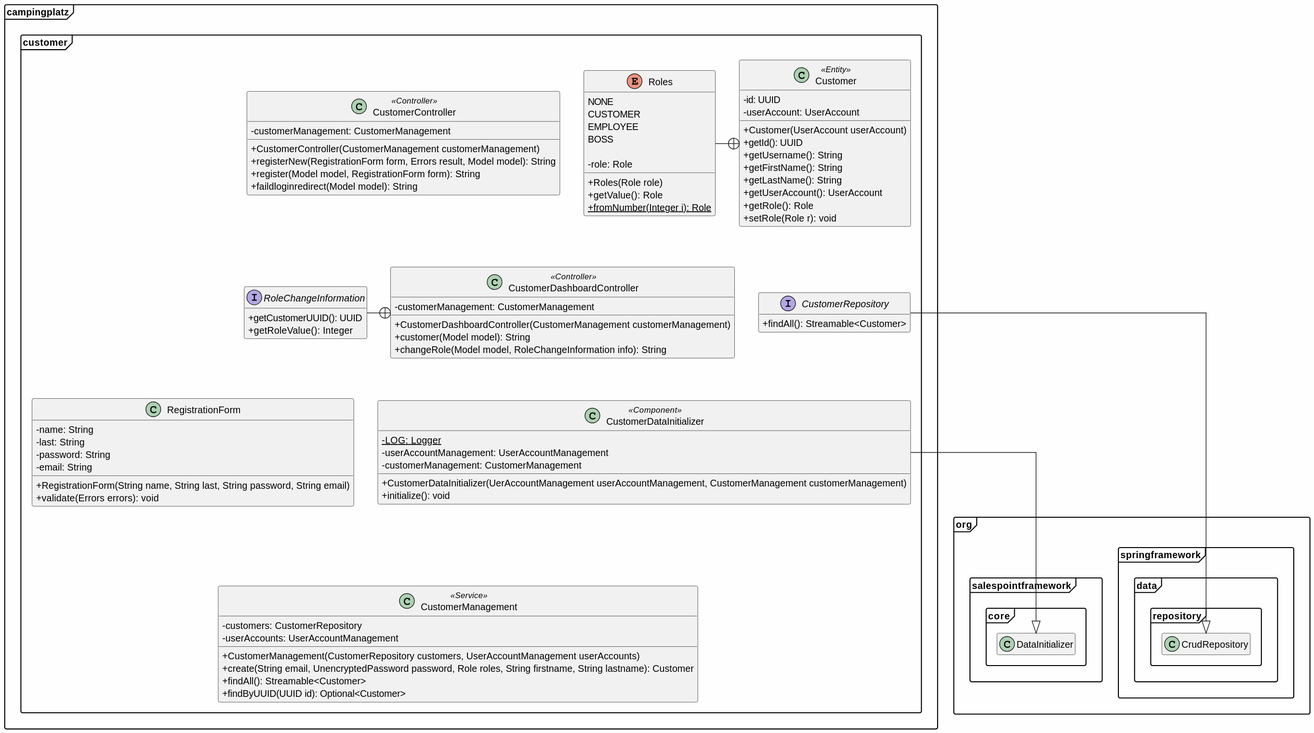
ShadowPaint-SP/Softwaretechnologieprojekt keeps this PlantUML diagram as src/main/asciidoc/models/design/EKD_Customer.svg. Above is the earlier version. Source of this version:
```plantuml
@startuml
hide empty fields
hide empty methods
skinparam classAttributeIconSize 0
skinparam linetype ortho
skinparam BackgroundColor #FEFEFE
allowmixing
skinparam packageStyle Frame

package campingplatz{
    package customer{
        class Customer<<Entity>>{
            - id: UUID
            - userAccount: UserAccount
            + Customer(UserAccount userAccount)
            +getId(): UUID
            +getUsername(): String
            +getFirstName(): String
            +getLastName(): String
            +getUserAccount(): UserAccount
            +getRole(): Role
            +setRole(Role r): void

        }
        enum Roles{
        NONE
        CUSTOMER
        EMPLOYEE
        BOSS

        -role: Role
        +Roles(Role role)
        +getValue(): Role
        +{static} fromNumber(Integer i): Role
        }
        class CustomerController<<Controller>>{
        -customerManagement: CustomerManagement
        +CustomerController(CustomerManagement customerManagement)
        +registerNew(RegistrationForm form, Errors result, Model model): String
        +register(Model model, RegistrationForm form): String
        +faildloginredirect(Model model): String
        }
        class CustomerDashboardController<<Controller>>{
        -customerManagement: CustomerManagement
        +CustomerDashboardController(CustomerManagement customerManagement)
        +customer(Model model): String
        +changeRole(Model model, RoleChangeInformation info): String
        }
        interface RoleChangeInformation{
        +getCustomerUUID(): UUID
        +getRoleValue(): Integer
        }
        class CustomerDataInitializer<<Component>>{
        -{static}LOG: Logger
        -userAccountManagement: UserAccountManagement
        -customerManagement: CustomerManagement
        +CustomerDataInitializer(UerAccountManagement userAccountManagement, CustomerManagement customerManagement)
        +initialize(): void
        }
        class CustomerManagement<<Service>>{
        -customers: CustomerRepository
        -userAccounts: UserAccountManagement
        +CustomerManagement(CustomerRepository customers, UserAccountManagement userAccounts)
        +create(String email, UnencryptedPassword password, Role roles, String firstname, String lastname): Customer
        +findAll(): Streamable<Customer>
        +findByUUID(UUID id): Optional<Customer>
        }
        interface CustomerRepository{
        +findAll(): Streamable<Customer>
        }
        class RegistrationForm{
        -name: String
        -last: String
        -password: String
        -email: String
        +RegistrationForm(String name, String last, String password, String email)
        +validate(Errors errors): void
        }
    }
}
CustomerController -[hidden]d- CustomerDashboardController
RoleChangeInformation -r-+ CustomerDashboardController
Roles -r-+ Customer
CustomerDataInitializer -[hidden]u- CustomerDashboardController
CustomerManagement -[hidden]u- CustomerDataInitializer
CustomerDataInitializer --|> org.salespointframework.core.DataInitializer
CustomerDashboardController -[hidden]r- CustomerRepository
CustomerRepository --|> org.springframework.data.repository.CrudRepository
RegistrationForm -[hidden]d- CustomerManagement
@enduml
```
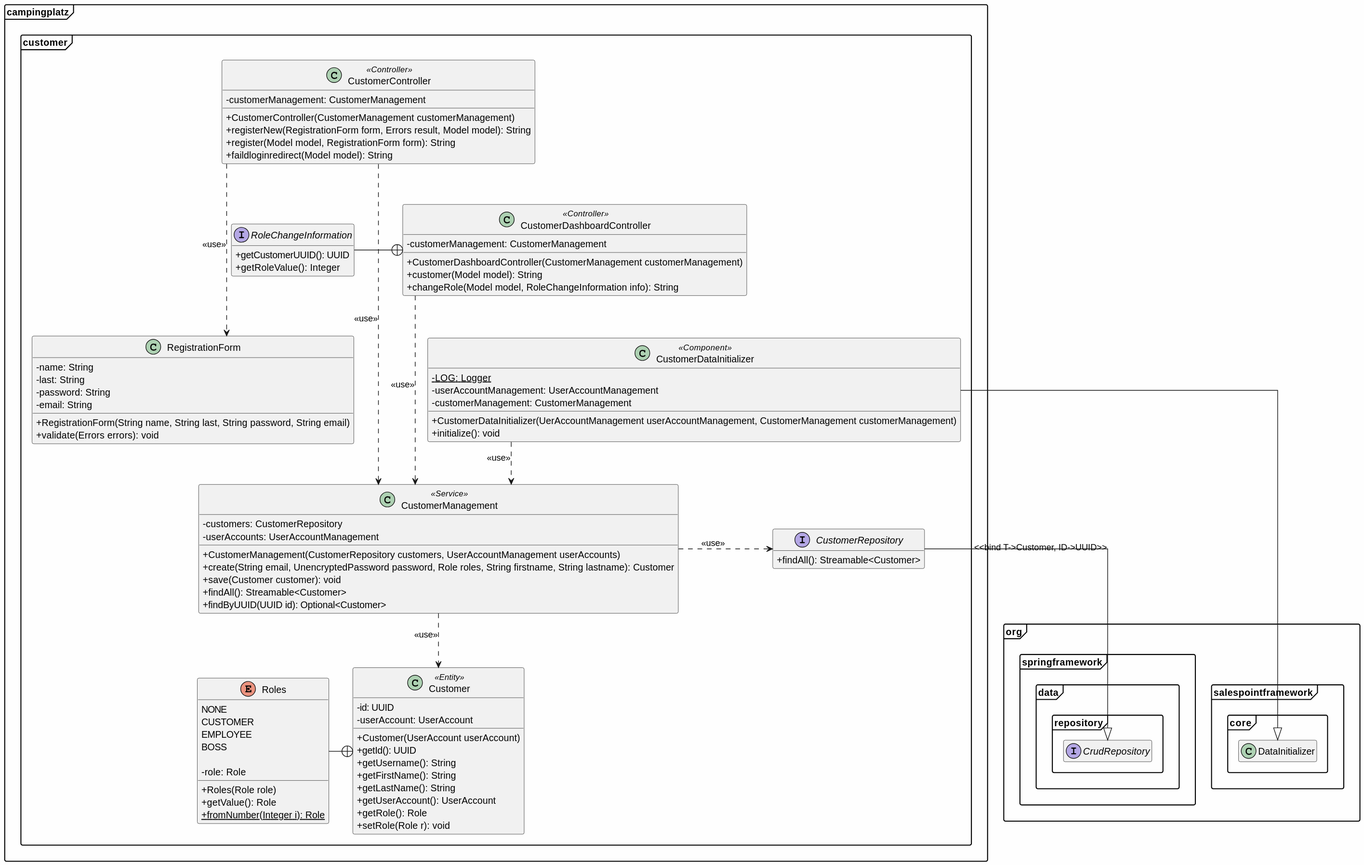
The same file after the commit.

Commit message:
dev_doku revamp customer

The edit, as a diff of the source:
```diff
@@ -6,6 +6,8 @@
 skinparam BackgroundColor #FEFEFE
 allowmixing
 skinparam packageStyle Frame
+
+interface org.springframework.data.repository.CrudRepository
 
 package campingplatz{
     package customer{
@@ -62,6 +64,7 @@
         -userAccounts: UserAccountManagement
         +CustomerManagement(CustomerRepository customers, UserAccountManagement userAccounts)
         +create(String email, UnencryptedPassword password, Role roles, String firstname, String lastname): Customer
+        +save(Customer customer): void
         +findAll(): Streamable<Customer>
         +findByUUID(UUID id): Optional<Customer>
         }
@@ -84,7 +87,13 @@
 CustomerDataInitializer -[hidden]u- CustomerDashboardController
 CustomerManagement -[hidden]u- CustomerDataInitializer
 CustomerDataInitializer --|> org.salespointframework.core.DataInitializer
-CustomerDashboardController -[hidden]r- CustomerRepository
-CustomerRepository --|> org.springframework.data.repository.CrudRepository
+
+CustomerRepository --|> org.springframework.data.repository.CrudRepository: <<bind T->Customer, ID->UUID>>
 RegistrationForm -[hidden]d- CustomerManagement
+CustomerController ..> RegistrationForm : <<use>>
+CustomerDataInitializer ..> CustomerManagement : <<use>>
+CustomerDashboardController ..> CustomerManagement : <<use>>
+CustomerManagement .r.> CustomerRepository : <<use>>
+CustomerManagement ..> Customer : <<use>>
+CustomerController ..> CustomerManagement : <<use>>
 @enduml
```
